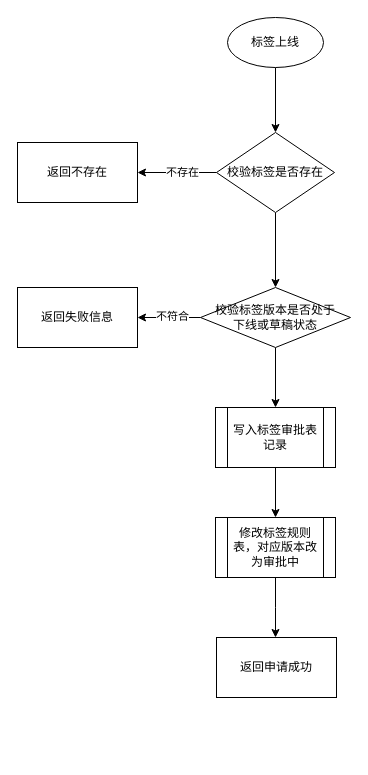
Before: 标签上线流程图.drawio in 1418956397/JavaWeb-Project-Source-Share, a draw.io diagram. Source tidied: cells renumbered, new cells numbered last; positions are measured from the earlier drawing's top-left corner, leaving out a move shared by most shapes. Both pictures are drawn from the tidied source at 100%, with x=0, y=0 at pixel (17, 17).
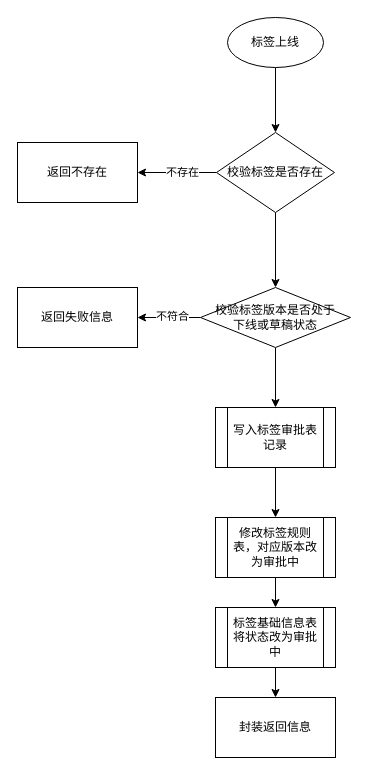
The same diagram, later.

Commit message:
更新标签上线流程图.drawio

Unchanged cells that the change refers to:
```xml
<mxCell id="17" value="修改标签规则表，对应版本改为审批中" style="shape=process;whiteSpace=wrap;html=1;backgroundOutline=1;" parent="1" vertex="1">
  <mxGeometry x="198" y="500" width="120" height="60" as="geometry" />
</mxCell>
```

Diff of the diagram source:
```diff
@@
-    <mxCell id="16" style="edgeStyle=orthogonalEdgeStyle;rounded=0;jettySize=auto;html=1;" parent="1" edge="1" source="17">
-      <mxGeometry relative="1" as="geometry">
-        <mxPoint x="258" y="620" as="targetPoint" />
-      </mxGeometry>
+    <mxCell id="16" style="edgeStyle=orthogonalEdgeStyle;rounded=0;jettySize=auto;html=1;" parent="1" edge="1" source="17" target="20">
+      <mxGeometry relative="1" as="geometry" />
     </mxCell>
@@
-    <mxCell id="18" value="返回申请成功" style="whiteSpace=wrap;html=1;" parent="1" vertex="1">
-      <mxGeometry x="199" y="620" width="120" height="60" as="geometry" />
-    </mxCell>
+    <mxCell id="19" style="edgeStyle=orthogonalEdgeStyle;rounded=0;jettySize=auto;html=1;" parent="1" edge="1" source="20" target="21">
+      <mxGeometry relative="1" as="geometry" />
+    </mxCell>
+    <mxCell id="20" value="标签基础信息表将状态改为审批中" style="shape=process;whiteSpace=wrap;html=1;backgroundOutline=1;" parent="1" vertex="1">
+      <mxGeometry x="198" y="590" width="120" height="60" as="geometry" />
+    </mxCell>
+    <mxCell id="21" value="封装返回信息" style="whiteSpace=wrap;html=1;" parent="1" vertex="1">
+      <mxGeometry x="198" y="680" width="120" height="60" as="geometry" />
+    </mxCell>
```
